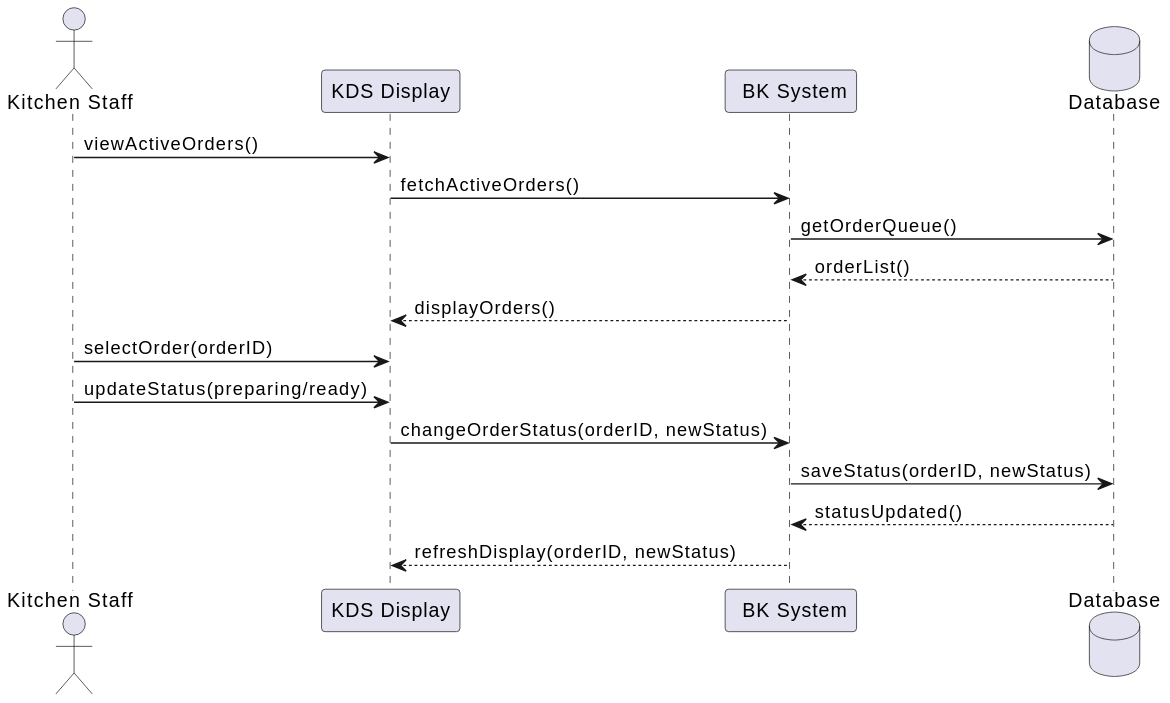
Before: sds/diagrams/export/sequence-UC-04.svg, a diagram exported from PlantUML (seng31242-bkrestaurant-2026/documents). Its diagram source:
```plantuml
@startuml
actor "Kitchen Staff" as KitchenStaff

participant "KDS Display" as KDS
participant "️ BK System" as System
database "️ Database" as DB

KitchenStaff -> KDS : viewActiveOrders()

KDS -> System : fetchActiveOrders()
System -> DB : getOrderQueue()
DB --> System : orderList()
System --> KDS : displayOrders()

KitchenStaff -> KDS : selectOrder(orderID)
KitchenStaff -> KDS : updateStatus(preparing/ready)

KDS -> System : changeOrderStatus(orderID, newStatus)
System -> DB : saveStatus(orderID, newStatus)
DB --> System : statusUpdated()

System --> KDS : refreshDisplay(orderID, newStatus)
@enduml
```
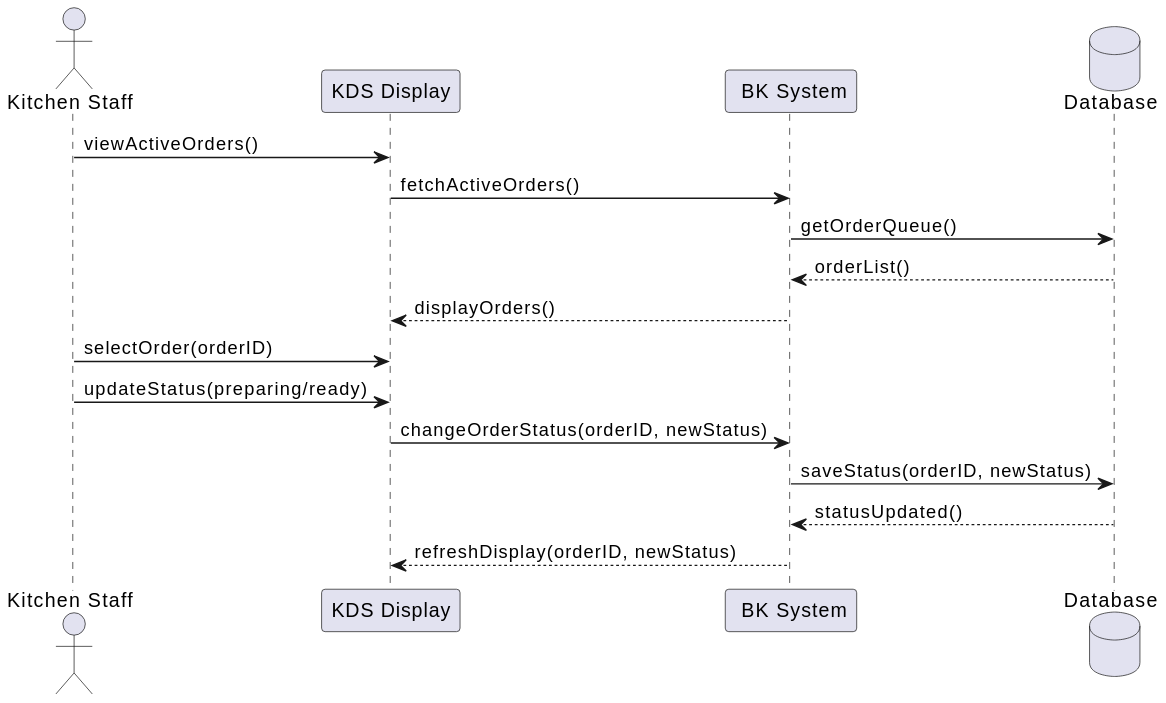
After the commit.

Change to the diagram source:
```diff
@@ -2,8 +2,8 @@
 actor "Kitchen Staff" as KitchenStaff
 
 participant "KDS Display" as KDS
-participant "️ BK System" as System
-database "️ Database" as DB
+participant " BK System" as System
+database "Database" as DB
 
 KitchenStaff -> KDS : viewActiveOrders()
 
```
